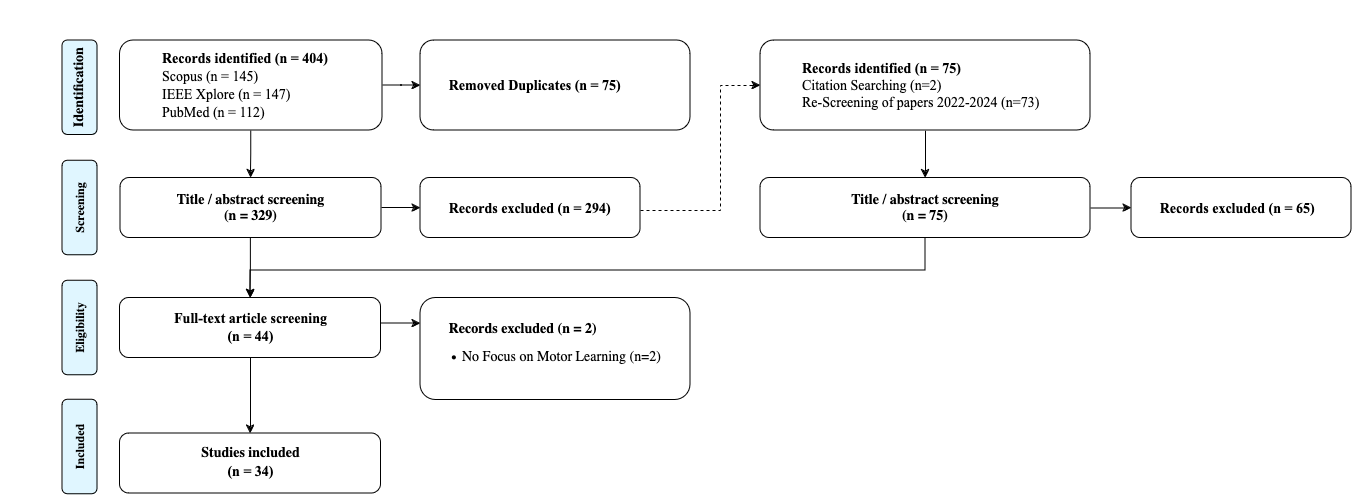
Earlier version of the draw.io export figures/prisma_overview.png (Hobsyllvin/Literature-Research-Master-Thesis). Source tidied: cells renumbered, new cells last; positions are measured from the earlier drawing's top-left corner, leaving out a move shared by most shapes.
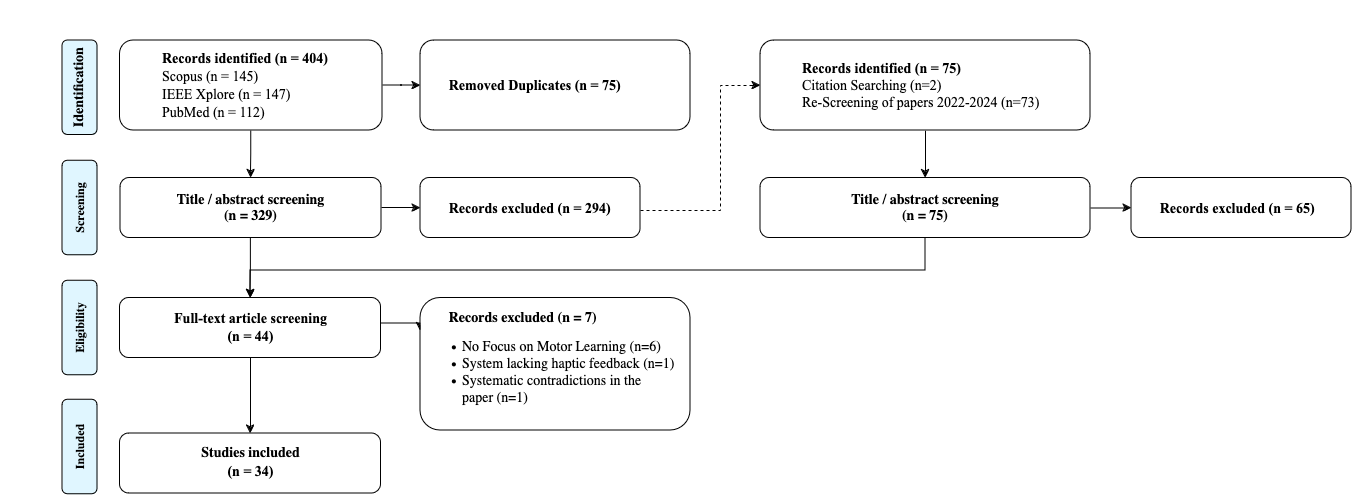
After the change.

Change to the diagram source:
```diff
@@ -37,8 +37,8 @@
     <mxCell id="11" value="&lt;div align=&quot;left&quot;&gt;&lt;div&gt;&lt;font face=&quot;Times New Roman&quot;&gt;&lt;b&gt;&lt;font style=&quot;font-size: 14px;&quot;&gt;&lt;span style=&quot;white-space: pre;&quot;&gt;&#9;&lt;/span&gt;Records excluded (n = 294)&lt;/font&gt;&lt;/b&gt;&lt;/font&gt;&lt;/div&gt;&lt;/div&gt;" style="rounded=1;whiteSpace=wrap;html=1;fontSize=12;glass=0;strokeWidth=1;shadow=0;align=left;" parent="1" vertex="1">
       <mxGeometry x="420" y="177.5" width="220" height="60" as="geometry" />
     </mxCell>
-    <mxCell id="12" value="&lt;div align=&quot;justify&quot;&gt;&lt;b&gt;&lt;font style=&quot;font-size: 14px;&quot; face=&quot;Lucida Console&quot;&gt;&lt;span style=&quot;white-space: pre;&quot;&gt;&#9;&lt;/span&gt;Records excluded (n = 2)&lt;/font&gt;&lt;/b&gt;&lt;/div&gt;&lt;div align=&quot;justify&quot;&gt;&lt;ul&gt;&lt;li&gt;&lt;font style=&quot;font-size: 14px;&quot; face=&quot;mY5P2F2tdVI3r5gdOyLp&quot;&gt;No Focus on Motor Learning&lt;/font&gt;&lt;font style=&quot;font-size: 14px;&quot; face=&quot;mY5P2F2tdVI3r5gdOyLp&quot;&gt; (n=2)&lt;br&gt;&lt;/font&gt;&lt;/li&gt;&lt;/ul&gt;&lt;/div&gt;" style="rounded=1;whiteSpace=wrap;html=1;fontSize=12;glass=0;strokeWidth=1;shadow=0;align=left;" parent="1" vertex="1">
-      <mxGeometry x="420" y="297.5" width="270" height="102" as="geometry" />
+    <mxCell id="12" value="&lt;div align=&quot;justify&quot;&gt;&lt;b&gt;&lt;font style=&quot;font-size: 14px;&quot; face=&quot;Lucida Console&quot;&gt;&lt;span style=&quot;white-space: pre;&quot;&gt;&#9;&lt;/span&gt;Records excluded (n = 7)&lt;/font&gt;&lt;/b&gt;&lt;/div&gt;&lt;div align=&quot;justify&quot;&gt;&lt;ul&gt;&lt;li&gt;&lt;font style=&quot;font-size: 14px;&quot; face=&quot;mY5P2F2tdVI3r5gdOyLp&quot;&gt;No Focus on Motor Learning&lt;/font&gt;&lt;font style=&quot;font-size: 14px;&quot; face=&quot;mY5P2F2tdVI3r5gdOyLp&quot;&gt; (n=6)&lt;/font&gt;&lt;/li&gt;&lt;li&gt;&lt;font style=&quot;font-size: 14px;&quot; face=&quot;mY5P2F2tdVI3r5gdOyLp&quot;&gt;System lacking haptic feedback (n=1)&lt;/font&gt;&lt;/li&gt;&lt;li&gt;&lt;font style=&quot;font-size: 14px;&quot; face=&quot;mY5P2F2tdVI3r5gdOyLp&quot;&gt;Systematic contradictions in the &lt;br&gt;paper (n=1)&lt;br&gt;&lt;/font&gt;&lt;/li&gt;&lt;/ul&gt;&lt;/div&gt;" style="rounded=1;whiteSpace=wrap;html=1;fontSize=12;glass=0;strokeWidth=1;shadow=0;align=left;" parent="1" vertex="1">
+      <mxGeometry x="420" y="297.5" width="270" height="132.5" as="geometry" />
     </mxCell>
     <mxCell id="13" value="&lt;div&gt;&lt;font style=&quot;font-size: 14px;&quot;&gt;&lt;b&gt;&lt;font face=&quot;Lucida Console&quot;&gt;Studies included&lt;/font&gt;&lt;/b&gt;&lt;/font&gt;&lt;/div&gt;&lt;div&gt;&lt;b&gt;&lt;font face=&quot;Times New Roman&quot; style=&quot;font-size: 14px;&quot;&gt;(n = 34)&lt;/font&gt;&lt;font face=&quot;HePOMZP5A3MMD9hjjT4f&quot; size=&quot;3&quot;&gt;&lt;br&gt;&lt;/font&gt;&lt;/b&gt;&lt;/div&gt;" style="rounded=1;whiteSpace=wrap;html=1;fontSize=12;glass=0;strokeWidth=1;shadow=0;" parent="1" vertex="1">
       <mxGeometry x="119.5" y="433" width="261" height="60" as="geometry" />
```
